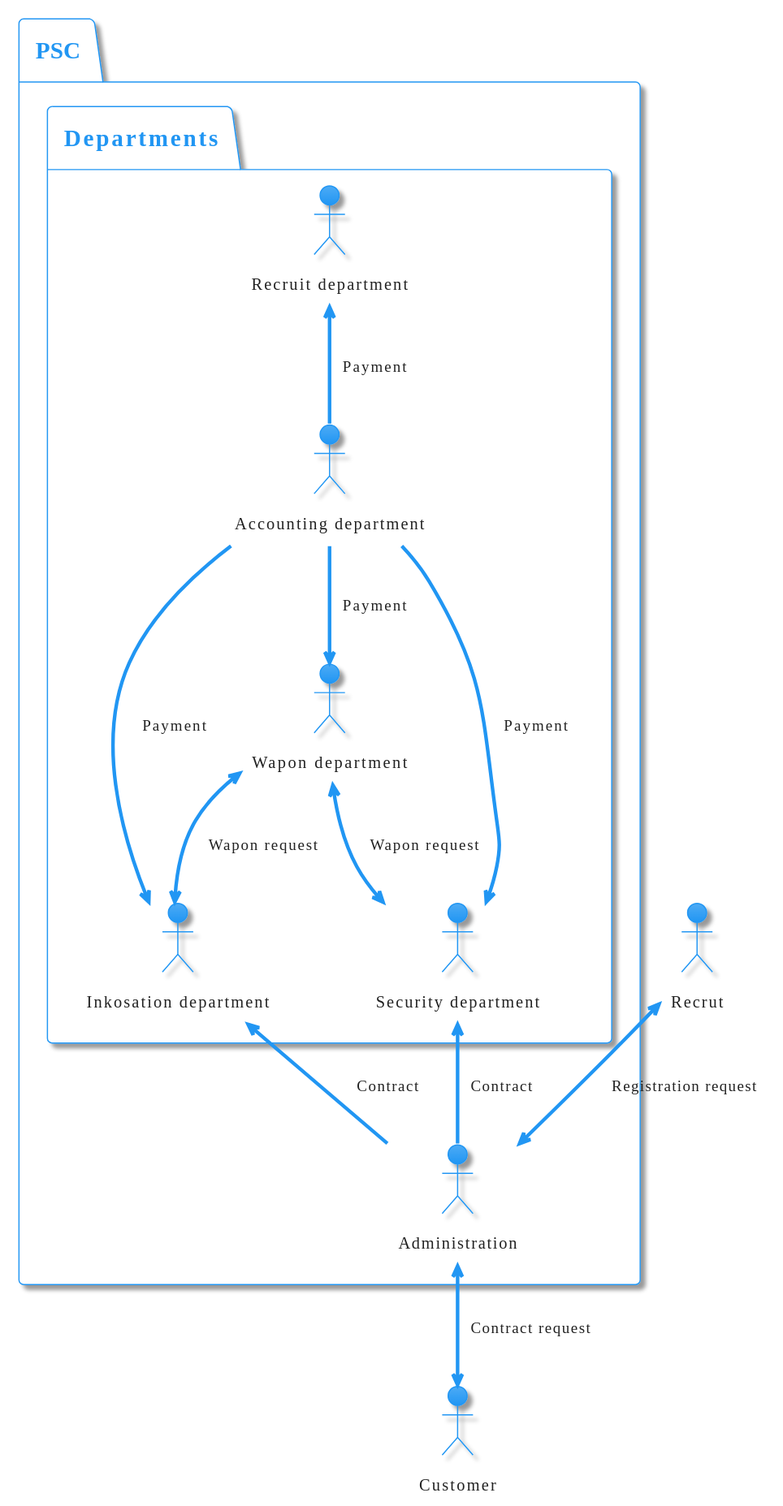
This is docs/img/infoFlow.svg from siisgoo/siisty, a PlantUML export, as it was before one commit.
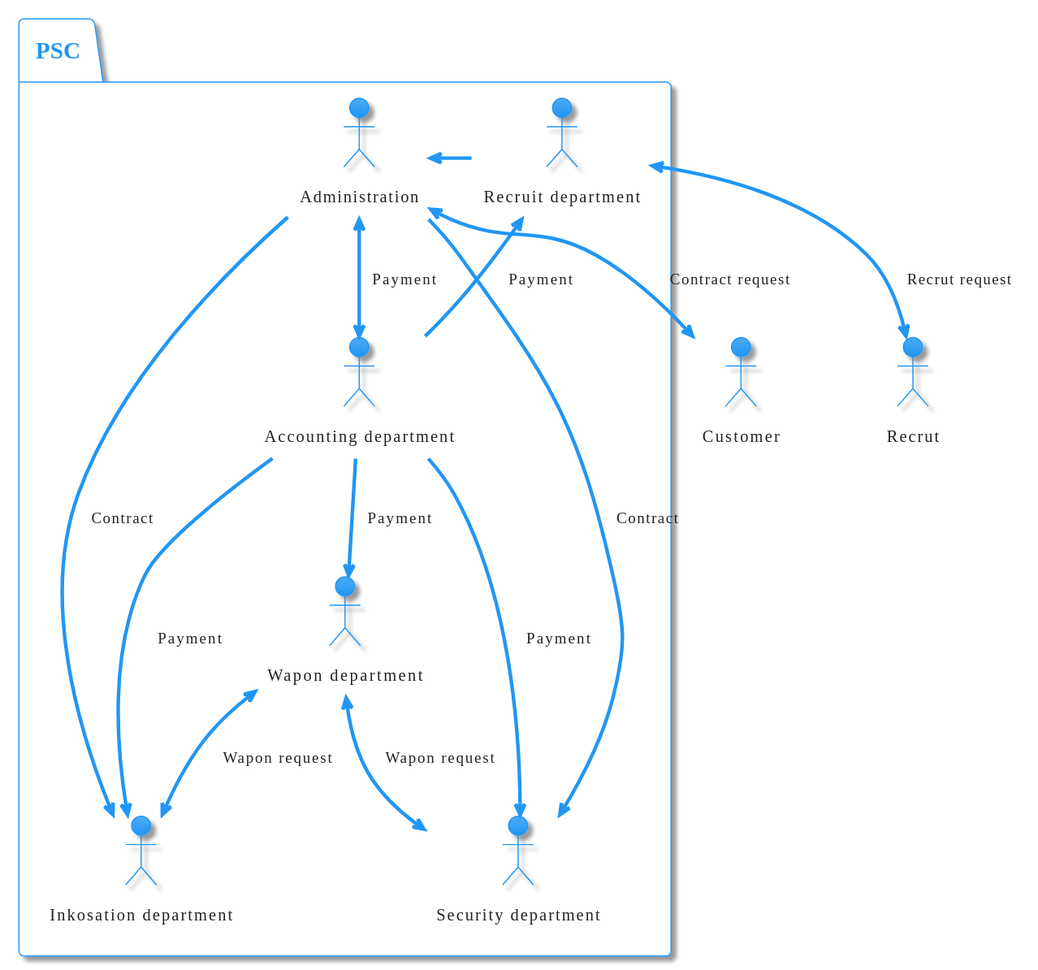
After the commit.

Diff of the diagram source:
```diff
@@ -6,21 +6,21 @@
 actor "Recrut" as req
 
 package PSC {
-    actor Administration as adm
-    package Departments {
-        actor "Security department" as sec
-        actor "Inkosation department" as ink
-        actor "Wapon department" as wpn
-        actor "Accounting department" as acc
-        actor "Recruit department" as rec
-    }
+actor "Accounting department" as acc
+actor Administration as adm
+actor "Security department" as sec
+actor "Inkosation department" as ink
+actor "Wapon department" as wpn
+actor "Recruit department" as rec
 }
 
 adm <-down-> cus: Contract request
-req <-down-> adm: Registration request
+req <-up-> rec: Recrut request
+adm <- rec
 
 adm -up-> sec: Contract
 adm -up-> ink: Contract
+adm <-down-> acc: Payment
 
 wpn <-down-> sec: Wapon request
 wpn <-down-> ink: Wapon request
@@ -29,5 +29,4 @@
 acc -down-> sec: Payment
 acc -up-> rec: Payment
 acc -down-> ink: Payment
-
 @enduml
```
